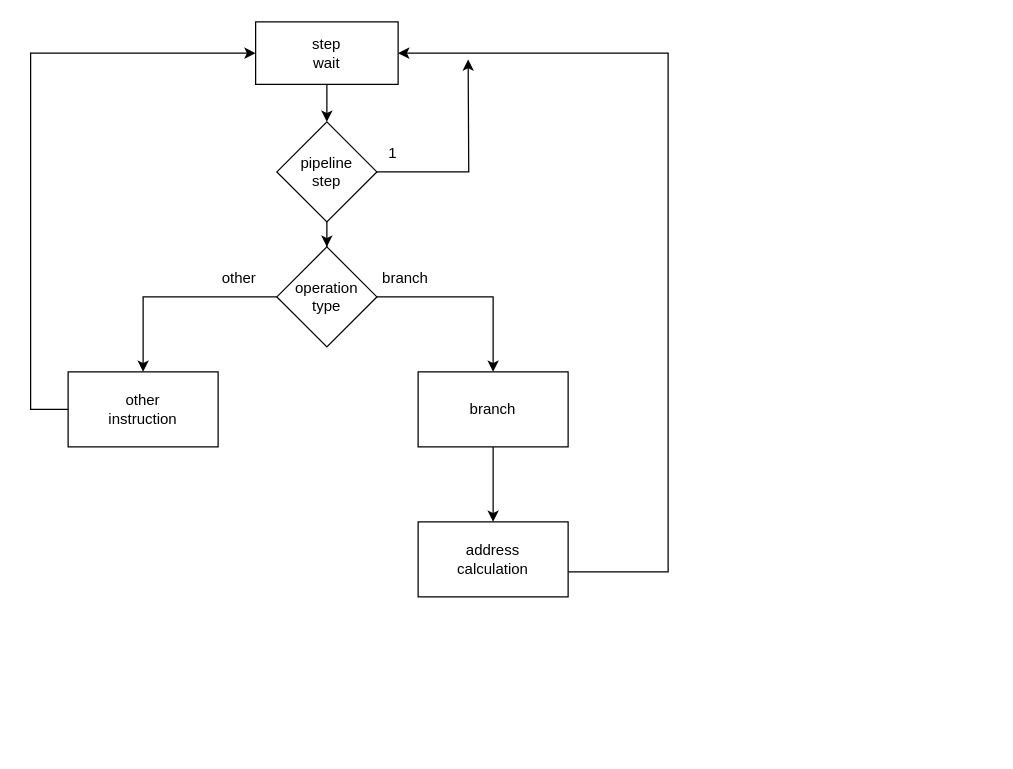
Earlier version of the draw.io diagram diagrams/execute_stage.drawio (vittorio01/CustomCPU). Source tidied: cells renumbered, new cells numbered last; positions are measured from the earlier drawing's top-left corner, leaving out a move shared by most shapes. Both pictures are drawn from the tidied source at 125%, with x=0, y=0 at pixel (30, 21).
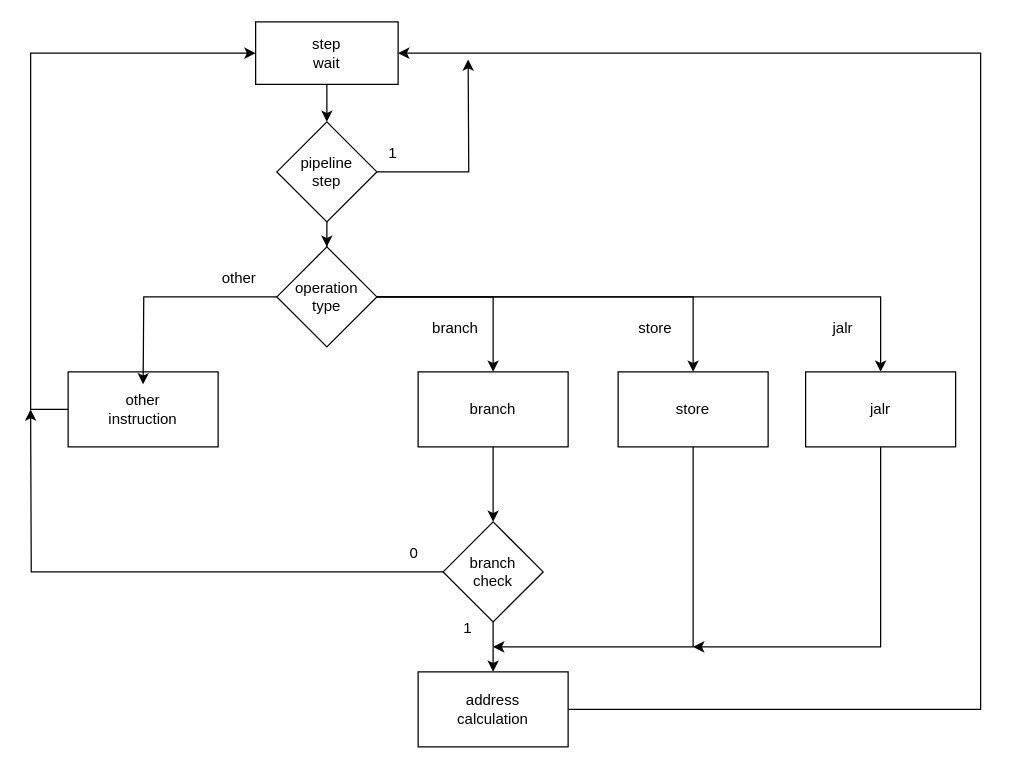
After the change.

The change refers to these unchanged cells:
```xml
<mxCell id="3" value="&lt;div&gt;step&lt;/div&gt;&lt;div&gt;wait&lt;br&gt;&lt;/div&gt;" style="rounded=0;whiteSpace=wrap;html=1;" parent="1" vertex="1">
  <mxGeometry x="180" width="114" height="50" as="geometry" />
</mxCell>
<mxCell id="5" value="&lt;div&gt;other&lt;/div&gt;&lt;div&gt;instruction&lt;br&gt;&lt;/div&gt;" style="rounded=0;whiteSpace=wrap;html=1;" parent="1" vertex="1">
  <mxGeometry x="30" y="280" width="120" height="60" as="geometry" />
</mxCell>
<mxCell id="8" value="&lt;div&gt;operation&lt;/div&gt;&lt;div&gt;type&lt;br&gt;&lt;/div&gt;" style="rhombus;whiteSpace=wrap;html=1;" parent="1" vertex="1">
  <mxGeometry x="197" y="180" width="80" height="80" as="geometry" />
</mxCell>
<mxCell id="10" value="branch" style="rounded=0;whiteSpace=wrap;html=1;" parent="1" vertex="1">
  <mxGeometry x="310" y="280" width="120" height="60" as="geometry" />
</mxCell>
```

What changed in the source:
```diff
@@
-    <mxCell id="6" style="edgeStyle=orthogonalEdgeStyle;rounded=0;jettySize=auto;html=1;" parent="1" edge="1" source="8" target="5">
-      <mxGeometry relative="1" as="geometry" />
+    <mxCell id="6" style="edgeStyle=orthogonalEdgeStyle;rounded=0;jettySize=auto;html=1;" parent="1" edge="1" source="8">
+      <mxGeometry relative="1" as="geometry">
+        <mxPoint x="90" y="290" as="targetPoint" />
+      </mxGeometry>
     </mxCell>
@@
+    <mxCell id="19" style="edgeStyle=orthogonalEdgeStyle;rounded=0;jettySize=auto;html=1;entryX=0.5;entryY=0;entryDx=0;entryDy=0;" parent="1" edge="1" source="8" target="26">
+      <mxGeometry relative="1" as="geometry" />
+    </mxCell>
+    <mxCell id="20" style="edgeStyle=orthogonalEdgeStyle;rounded=0;jettySize=auto;html=1;entryX=0.5;entryY=0;entryDx=0;entryDy=0;" parent="1" edge="1" source="8" target="28">
+      <mxGeometry relative="1" as="geometry" />
+    </mxCell>
@@
-    <mxCell id="9" style="edgeStyle=orthogonalEdgeStyle;rounded=0;jettySize=auto;html=1;" parent="1" edge="1" source="10" target="12">
-      <mxGeometry relative="1" as="geometry" />
-    </mxCell>
+    <mxCell id="21" style="edgeStyle=orthogonalEdgeStyle;rounded=0;jettySize=auto;html=1;" parent="1" edge="1" source="10" target="24">
+      <mxGeometry relative="1" as="geometry" />
+    </mxCell>
@@
     <mxCell id="11" style="edgeStyle=orthogonalEdgeStyle;rounded=0;jettySize=auto;html=1;entryX=1;entryY=0.5;entryDx=0;entryDy=0;" parent="1" edge="1" source="12" target="3">
       <mxGeometry relative="1" as="geometry">
         <Array as="points">
-          <mxPoint x="510" y="440" />
-          <mxPoint x="510" y="25" />
+          <mxPoint x="760" y="550" />
+          <mxPoint x="760" y="25" />
         </Array>
       </mxGeometry>
     </mxCell>
     <mxCell id="12" value="&lt;div&gt;address&lt;/div&gt;&lt;div&gt;calculation&lt;br&gt;&lt;/div&gt;" style="rounded=0;whiteSpace=wrap;html=1;" parent="1" vertex="1">
-      <mxGeometry x="310" y="400" width="120" height="60" as="geometry" />
+      <mxGeometry x="310" y="520" width="120" height="60" as="geometry" />
     </mxCell>
@@
     <mxCell id="18" value="branch" style="text;html=1;strokeColor=none;fillColor=none;align=center;verticalAlign=middle;whiteSpace=wrap;rounded=0;" parent="1" vertex="1">
-      <mxGeometry x="270" y="190" width="60" height="30" as="geometry" />
+      <mxGeometry x="310" y="230" width="60" height="30" as="geometry" />
     </mxCell>
+    <mxCell id="22" style="edgeStyle=orthogonalEdgeStyle;rounded=0;jettySize=auto;html=1;" parent="1" edge="1" source="24" target="12">
+      <mxGeometry relative="1" as="geometry" />
+    </mxCell>
+    <mxCell id="23" style="edgeStyle=orthogonalEdgeStyle;rounded=0;jettySize=auto;html=1;" parent="1" edge="1" source="24">
+      <mxGeometry relative="1" as="geometry">
+        <mxPoint y="310" as="targetPoint" />
+      </mxGeometry>
+    </mxCell>
+    <mxCell id="24" value="&lt;div&gt;branch&lt;/div&gt;&lt;div&gt;check&lt;br&gt;&lt;/div&gt;" style="rhombus;whiteSpace=wrap;html=1;" parent="1" vertex="1">
+      <mxGeometry x="330" y="400" width="80" height="80" as="geometry" />
+    </mxCell>
+    <mxCell id="25" style="edgeStyle=orthogonalEdgeStyle;rounded=0;jettySize=auto;html=1;" parent="1" edge="1" source="26">
+      <mxGeometry relative="1" as="geometry">
+        <mxPoint x="370" y="500" as="targetPoint" />
+        <Array as="points">
+          <mxPoint x="530" y="500" />
+        </Array>
+      </mxGeometry>
+    </mxCell>
+    <mxCell id="26" value="store" style="rounded=0;whiteSpace=wrap;html=1;" parent="1" vertex="1">
+      <mxGeometry x="470" y="280" width="120" height="60" as="geometry" />
+    </mxCell>
+    <mxCell id="27" style="edgeStyle=orthogonalEdgeStyle;rounded=0;jettySize=auto;html=1;" parent="1" edge="1" source="28">
+      <mxGeometry relative="1" as="geometry">
+        <mxPoint x="530" y="500" as="targetPoint" />
+        <Array as="points">
+          <mxPoint x="680" y="500" />
+        </Array>
+      </mxGeometry>
+    </mxCell>
+    <mxCell id="28" value="jalr" style="rounded=0;whiteSpace=wrap;html=1;" parent="1" vertex="1">
+      <mxGeometry x="620" y="280" width="120" height="60" as="geometry" />
+    </mxCell>
+    <mxCell id="29" value="store" style="text;html=1;strokeColor=none;fillColor=none;align=center;verticalAlign=middle;whiteSpace=wrap;rounded=0;" parent="1" vertex="1">
+      <mxGeometry x="470" y="230" width="60" height="30" as="geometry" />
+    </mxCell>
+    <mxCell id="30" value="jalr" style="text;html=1;strokeColor=none;fillColor=none;align=center;verticalAlign=middle;whiteSpace=wrap;rounded=0;" parent="1" vertex="1">
+      <mxGeometry x="620" y="230" width="60" height="30" as="geometry" />
+    </mxCell>
+    <mxCell id="31" value="0" style="text;html=1;strokeColor=none;fillColor=none;align=center;verticalAlign=middle;whiteSpace=wrap;rounded=0;" parent="1" vertex="1">
+      <mxGeometry x="277" y="410" width="60" height="30" as="geometry" />
+    </mxCell>
+    <mxCell id="32" value="1" style="text;html=1;strokeColor=none;fillColor=none;align=center;verticalAlign=middle;whiteSpace=wrap;rounded=0;" parent="1" vertex="1">
+      <mxGeometry x="320" y="470" width="60" height="30" as="geometry" />
+    </mxCell>
```
